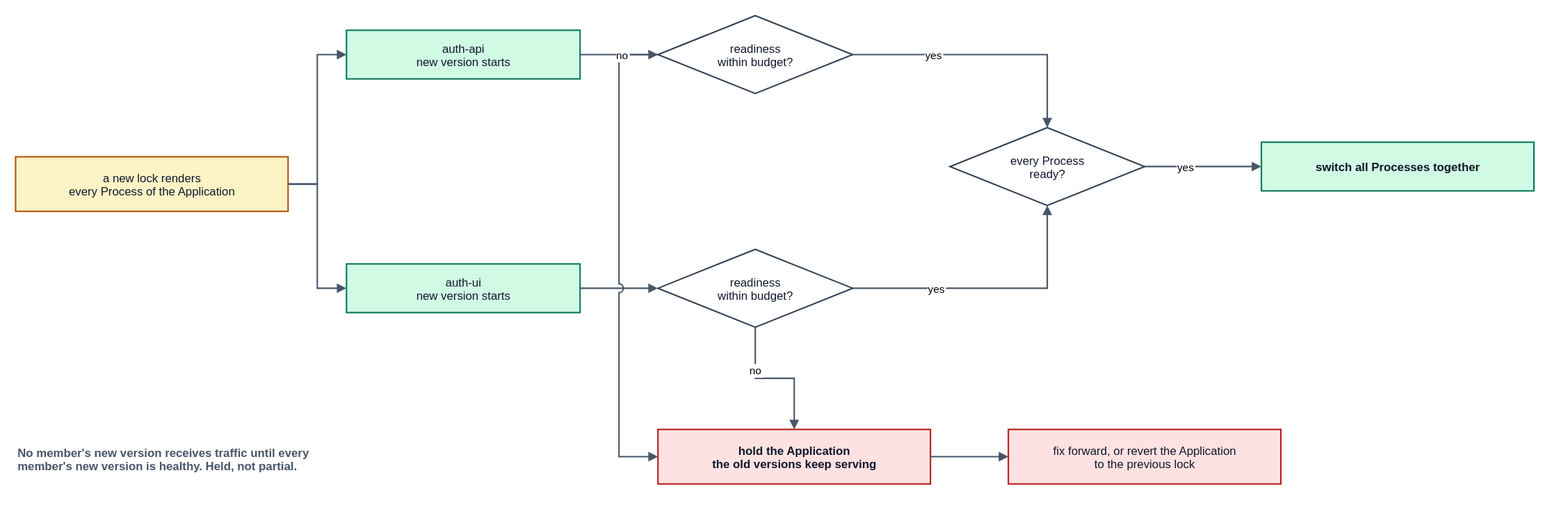
Above: spec/v1/diagrams/50-release-unit-switchover.drawio.svg in JorisJonkers-dev/deploy-kit (draw.io), before the change. Source tidied: cells renumbered, new cells last; positions are measured from the earlier drawing's top-left corner, leaving out a move shared by most shapes.
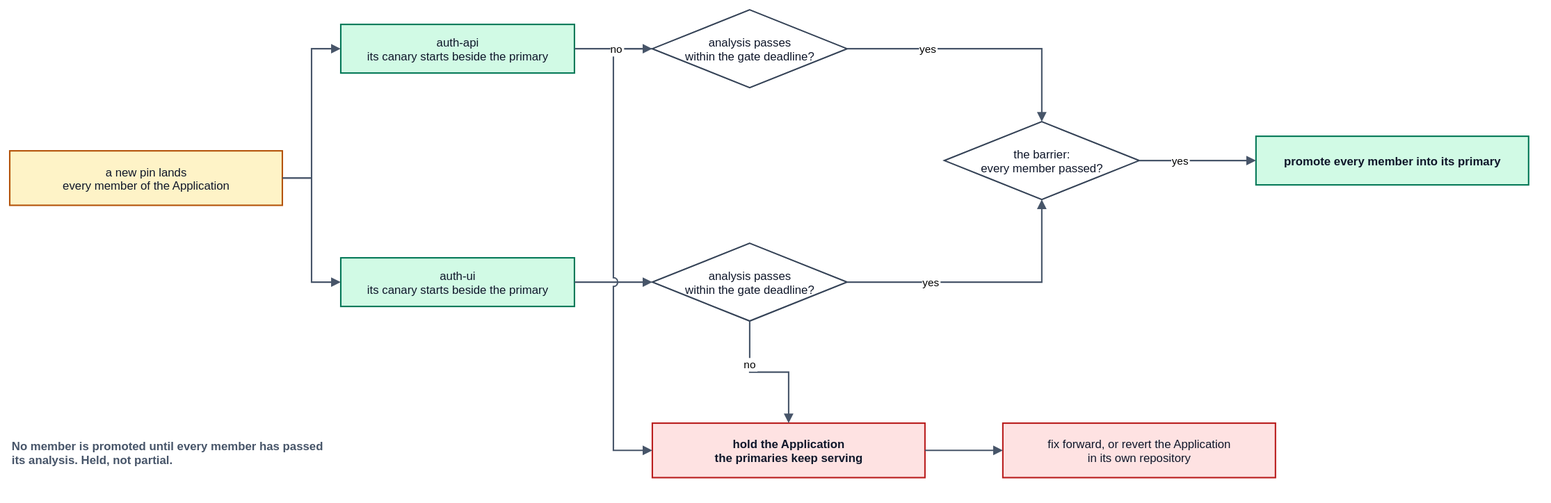
The same file after the commit.

The edit, as a diff of the source:
```diff
@@ -2,31 +2,31 @@
   <root>
     <mxCell id="0" />
     <mxCell id="1" parent="0" />
-    <mxCell id="2" value="a new lock renders&#10;every Process of the Application" style="rounded=0;whiteSpace=nowrap;html=0;align=center;verticalAlign=middle;fillColor=#fef3c7;strokeColor=#b45309;strokeWidth=1.5;fontFamily=Helvetica;fontSize=12;fontColor=#0f172a;" parent="1" vertex="1">
+    <mxCell id="2" value="a new pin lands&#10;every member of the Application" style="rounded=0;whiteSpace=nowrap;html=0;align=center;verticalAlign=middle;fillColor=#fef3c7;strokeColor=#b45309;strokeWidth=1.5;fontFamily=Helvetica;fontSize=12;fontColor=#0f172a;" parent="1" vertex="1">
       <mxGeometry y="145" width="280" height="56" as="geometry" />
     </mxCell>
-    <mxCell id="3" value="auth-api&#10;new version starts" style="rounded=0;whiteSpace=nowrap;html=0;align=center;verticalAlign=middle;fillColor=#d1fae5;strokeColor=#047857;strokeWidth=1.5;fontFamily=Helvetica;fontSize=12;fontColor=#0f172a;" parent="1" vertex="1">
+    <mxCell id="3" value="auth-api&#10;its canary starts beside the primary" style="rounded=0;whiteSpace=nowrap;html=0;align=center;verticalAlign=middle;fillColor=#d1fae5;strokeColor=#047857;strokeWidth=1.5;fontFamily=Helvetica;fontSize=12;fontColor=#0f172a;" parent="1" vertex="1">
       <mxGeometry x="340" y="15" width="240" height="50" as="geometry" />
     </mxCell>
-    <mxCell id="4" value="auth-ui&#10;new version starts" style="rounded=0;whiteSpace=nowrap;html=0;align=center;verticalAlign=middle;fillColor=#d1fae5;strokeColor=#047857;strokeWidth=1.5;fontFamily=Helvetica;fontSize=12;fontColor=#0f172a;" parent="1" vertex="1">
+    <mxCell id="4" value="auth-ui&#10;its canary starts beside the primary" style="rounded=0;whiteSpace=nowrap;html=0;align=center;verticalAlign=middle;fillColor=#d1fae5;strokeColor=#047857;strokeWidth=1.5;fontFamily=Helvetica;fontSize=12;fontColor=#0f172a;" parent="1" vertex="1">
       <mxGeometry x="340" y="255" width="240" height="50" as="geometry" />
     </mxCell>
-    <mxCell id="5" value="readiness&#10;within budget?" style="rhombus;rounded=0;whiteSpace=nowrap;html=0;align=center;verticalAlign=middle;fillColor=#ffffff;strokeColor=#334155;strokeWidth=1.5;fontFamily=Helvetica;fontSize=12;fontColor=#0f172a;" parent="1" vertex="1">
+    <mxCell id="5" value="analysis passes&#10;within the gate deadline?" style="rhombus;rounded=0;whiteSpace=nowrap;html=0;align=center;verticalAlign=middle;fillColor=#ffffff;strokeColor=#334155;strokeWidth=1.5;fontFamily=Helvetica;fontSize=12;fontColor=#0f172a;" parent="1" vertex="1">
       <mxGeometry x="660" width="200" height="80" as="geometry" />
     </mxCell>
-    <mxCell id="6" value="readiness&#10;within budget?" style="rhombus;rounded=0;whiteSpace=nowrap;html=0;align=center;verticalAlign=middle;fillColor=#ffffff;strokeColor=#334155;strokeWidth=1.5;fontFamily=Helvetica;fontSize=12;fontColor=#0f172a;" parent="1" vertex="1">
+    <mxCell id="6" value="analysis passes&#10;within the gate deadline?" style="rhombus;rounded=0;whiteSpace=nowrap;html=0;align=center;verticalAlign=middle;fillColor=#ffffff;strokeColor=#334155;strokeWidth=1.5;fontFamily=Helvetica;fontSize=12;fontColor=#0f172a;" parent="1" vertex="1">
       <mxGeometry x="660" y="240" width="200" height="80" as="geometry" />
     </mxCell>
-    <mxCell id="7" value="every Process&#10;ready?" style="rhombus;rounded=0;whiteSpace=nowrap;html=0;align=center;verticalAlign=middle;fillColor=#ffffff;strokeColor=#334155;strokeWidth=1.5;fontFamily=Helvetica;fontSize=12;fontColor=#0f172a;" parent="1" vertex="1">
+    <mxCell id="7" value="the barrier:&#10;every member passed?" style="rhombus;rounded=0;whiteSpace=nowrap;html=0;align=center;verticalAlign=middle;fillColor=#ffffff;strokeColor=#334155;strokeWidth=1.5;fontFamily=Helvetica;fontSize=12;fontColor=#0f172a;" parent="1" vertex="1">
       <mxGeometry x="960" y="115" width="200" height="80" as="geometry" />
     </mxCell>
-    <mxCell id="8" value="switch all Processes together" style="rounded=0;whiteSpace=nowrap;html=0;align=center;verticalAlign=middle;fillColor=#d1fae5;strokeColor=#047857;strokeWidth=1.5;fontFamily=Helvetica;fontSize=12;fontColor=#0f172a;fontStyle=1;" parent="1" vertex="1">
+    <mxCell id="8" value="promote every member into its primary" style="rounded=0;whiteSpace=nowrap;html=0;align=center;verticalAlign=middle;fillColor=#d1fae5;strokeColor=#047857;strokeWidth=1.5;fontFamily=Helvetica;fontSize=12;fontColor=#0f172a;fontStyle=1;" parent="1" vertex="1">
       <mxGeometry x="1280" y="130" width="280" height="50" as="geometry" />
     </mxCell>
-    <mxCell id="9" value="hold the Application&#10;the old versions keep serving" style="rounded=0;whiteSpace=nowrap;html=0;align=center;verticalAlign=middle;fillColor=#fee2e2;strokeColor=#b91c1c;strokeWidth=1.5;fontFamily=Helvetica;fontSize=12;fontColor=#0f172a;fontStyle=1;" parent="1" vertex="1">
+    <mxCell id="9" value="hold the Application&#10;the primaries keep serving" style="rounded=0;whiteSpace=nowrap;html=0;align=center;verticalAlign=middle;fillColor=#fee2e2;strokeColor=#b91c1c;strokeWidth=1.5;fontFamily=Helvetica;fontSize=12;fontColor=#0f172a;fontStyle=1;" parent="1" vertex="1">
       <mxGeometry x="660" y="425" width="280" height="56" as="geometry" />
     </mxCell>
-    <mxCell id="10" value="fix forward, or revert the Application&#10;to the previous lock" style="rounded=0;whiteSpace=nowrap;html=0;align=center;verticalAlign=middle;fillColor=#fee2e2;strokeColor=#b91c1c;strokeWidth=1.5;fontFamily=Helvetica;fontSize=12;fontColor=#0f172a;" parent="1" vertex="1">
+    <mxCell id="10" value="fix forward, or revert the Application&#10;in its own repository" style="rounded=0;whiteSpace=nowrap;html=0;align=center;verticalAlign=middle;fillColor=#fee2e2;strokeColor=#b91c1c;strokeWidth=1.5;fontFamily=Helvetica;fontSize=12;fontColor=#0f172a;" parent="1" vertex="1">
       <mxGeometry x="1020" y="425" width="280" height="56" as="geometry" />
     </mxCell>
     <mxCell id="11" style="edgeStyle=orthogonalEdgeStyle;rounded=0;html=0;jettySize=auto;jumpStyle=arc;jumpSize=8;endArrow=block;endFill=1;strokeColor=#475569;strokeWidth=1.5;fontSize=11;fontFamily=Helvetica;labelBackgroundColor=#ffffff;exitX=1;exitY=0.5;exitDx=0;exitDy=0;entryX=0;entryY=0.5;entryDx=0;entryDy=0;" parent="1" edge="1" source="2" target="3">
@@ -82,7 +82,7 @@
     <mxCell id="20" style="edgeStyle=orthogonalEdgeStyle;rounded=0;html=0;jettySize=auto;jumpStyle=arc;jumpSize=8;endArrow=block;endFill=1;strokeColor=#475569;strokeWidth=1.5;fontSize=11;fontFamily=Helvetica;labelBackgroundColor=#ffffff;exitX=1;exitY=0.5;exitDx=0;exitDy=0;entryX=0;entryY=0.5;entryDx=0;entryDy=0;" parent="1" edge="1" source="9" target="10">
       <mxGeometry relative="1" as="geometry" />
     </mxCell>
-    <mxCell id="21" value="No member's new version receives traffic until every&#10;member's new version is healthy. Held, not partial." style="text;html=0;strokeColor=none;fillColor=none;align=left;verticalAlign=middle;fontFamily=Helvetica;fontSize=12;fontColor=#475569;fontStyle=1;" parent="1" vertex="1">
+    <mxCell id="21" value="No member is promoted until every member has passed&#10;its analysis. Held, not partial." style="text;html=0;strokeColor=none;fillColor=none;align=left;verticalAlign=middle;fontFamily=Helvetica;fontSize=12;fontColor=#475569;fontStyle=1;" parent="1" vertex="1">
       <mxGeometry y="425" width="420" height="60" as="geometry" />
     </mxCell>
   </root>
```
